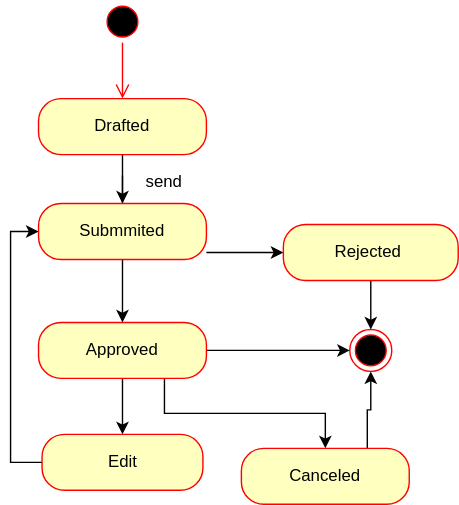
The draw.io diagram VTS State machine.drawio.svg in Zahraa-Abdalnasser/Vacation-Tracking-System-, before a commit. Source tidied: cells renumbered, new cells last; positions are measured from the earlier drawing's top-left corner, leaving out a move shared by most shapes. Source of this version:
```xml
<mxGraphModel>
  <root>
    <mxCell id="0" />
    <mxCell id="1" parent="0" />
    <mxCell id="2" style="ellipse;html=1;shape=endState;fillColor=#000000;strokeColor=#ff0000;" parent="1" vertex="1">
      <mxGeometry x="222.5" y="235" width="30" height="30" as="geometry" />
    </mxCell>
    <mxCell id="3" style="ellipse;html=1;shape=startState;fillColor=#000000;strokeColor=#ff0000;" parent="1" vertex="1">
      <mxGeometry x="45" width="30" height="30" as="geometry" />
    </mxCell>
    <mxCell id="4" style="edgeStyle=orthogonalEdgeStyle;html=1;verticalAlign=bottom;endArrow=open;endSize=8;strokeColor=#ff0000;rounded=0;" parent="1" edge="1" source="3">
      <mxGeometry relative="1" as="geometry">
        <mxPoint x="60" y="70" as="targetPoint" />
        <Array as="points">
          <mxPoint x="60" y="30" />
          <mxPoint x="60" y="30" />
        </Array>
      </mxGeometry>
    </mxCell>
    <mxCell id="5" style="edgeStyle=orthogonalEdgeStyle;rounded=0;jettySize=auto;html=1;" parent="1" edge="1" source="6" target="9">
      <mxGeometry relative="1" as="geometry" />
    </mxCell>
    <mxCell id="6" value="Drafted" style="rounded=1;whiteSpace=wrap;html=1;arcSize=40;fontColor=#000000;fillColor=#ffffc0;strokeColor=#ff0000;" parent="1" vertex="1">
      <mxGeometry y="70" width="120" height="40" as="geometry" />
    </mxCell>
    <mxCell id="7" style="edgeStyle=orthogonalEdgeStyle;rounded=0;jettySize=auto;html=1;" parent="1" edge="1" source="9">
      <mxGeometry relative="1" as="geometry">
        <mxPoint x="60" y="160" as="targetPoint" />
      </mxGeometry>
    </mxCell>
    <mxCell id="8" style="edgeStyle=orthogonalEdgeStyle;rounded=0;jettySize=auto;html=1;exitX=0.5;exitY=1;exitDx=0;exitDy=0;entryX=0.5;entryY=0;entryDx=0;entryDy=0;" parent="1" edge="1" source="9" target="14">
      <mxGeometry relative="1" as="geometry" />
    </mxCell>
    <mxCell id="9" value="Submmited" style="rounded=1;whiteSpace=wrap;html=1;arcSize=40;fontColor=#000000;fillColor=#ffffc0;strokeColor=#ff0000;" parent="1" vertex="1">
      <mxGeometry y="145" width="120" height="40" as="geometry" />
    </mxCell>
    <mxCell id="10" style="edgeStyle=orthogonalEdgeStyle;rounded=0;jettySize=auto;html=1;" parent="1" edge="1" target="16">
      <mxGeometry relative="1" as="geometry">
        <mxPoint x="120" y="180" as="sourcePoint" />
      </mxGeometry>
    </mxCell>
    <mxCell id="11" style="edgeStyle=orthogonalEdgeStyle;rounded=0;jettySize=auto;html=1;exitX=1;exitY=0.5;exitDx=0;exitDy=0;" parent="1" edge="1" source="14" target="2">
      <mxGeometry relative="1" as="geometry" />
    </mxCell>
    <mxCell id="12" style="edgeStyle=orthogonalEdgeStyle;rounded=0;jettySize=auto;html=1;exitX=0.5;exitY=1;exitDx=0;exitDy=0;entryX=0.5;entryY=0;entryDx=0;entryDy=0;" parent="1" edge="1" source="14" target="18">
      <mxGeometry relative="1" as="geometry" />
    </mxCell>
    <mxCell id="13" style="edgeStyle=orthogonalEdgeStyle;rounded=0;jettySize=auto;html=1;exitX=0.75;exitY=1;exitDx=0;exitDy=0;" parent="1" edge="1" source="14" target="20">
      <mxGeometry relative="1" as="geometry" />
    </mxCell>
    <mxCell id="14" value="Approved" style="rounded=1;whiteSpace=wrap;html=1;arcSize=40;fontColor=#000000;fillColor=#ffffc0;strokeColor=#ff0000;" parent="1" vertex="1">
      <mxGeometry y="230" width="120" height="40" as="geometry" />
    </mxCell>
    <mxCell id="15" style="edgeStyle=orthogonalEdgeStyle;rounded=0;jettySize=auto;html=1;exitX=0.5;exitY=1;exitDx=0;exitDy=0;entryX=0.5;entryY=0;entryDx=0;entryDy=0;" parent="1" edge="1" source="16" target="2">
      <mxGeometry relative="1" as="geometry" />
    </mxCell>
    <mxCell id="16" value="Rejected&amp;nbsp;" style="rounded=1;whiteSpace=wrap;html=1;arcSize=40;fontColor=#000000;fillColor=#ffffc0;strokeColor=#ff0000;" parent="1" vertex="1">
      <mxGeometry x="175" y="160" width="125" height="40" as="geometry" />
    </mxCell>
    <mxCell id="17" style="edgeStyle=orthogonalEdgeStyle;rounded=0;jettySize=auto;html=1;exitX=0;exitY=0.5;exitDx=0;exitDy=0;entryX=0;entryY=0.5;entryDx=0;entryDy=0;" parent="1" edge="1" source="18" target="9">
      <mxGeometry relative="1" as="geometry" />
    </mxCell>
    <mxCell id="18" value="Edit" style="rounded=1;whiteSpace=wrap;html=1;arcSize=40;fontColor=#000000;fillColor=#ffffc0;strokeColor=#ff0000;" parent="1" vertex="1">
      <mxGeometry x="2.5" y="310" width="115" height="40" as="geometry" />
    </mxCell>
    <mxCell id="19" style="edgeStyle=orthogonalEdgeStyle;rounded=0;jettySize=auto;html=1;exitX=0.75;exitY=0;exitDx=0;exitDy=0;entryX=0.5;entryY=1;entryDx=0;entryDy=0;" parent="1" edge="1" source="20" target="2">
      <mxGeometry relative="1" as="geometry" />
    </mxCell>
    <mxCell id="20" value="Canceled" style="rounded=1;whiteSpace=wrap;html=1;arcSize=40;fontColor=#000000;fillColor=#ffffc0;strokeColor=#ff0000;" parent="1" vertex="1">
      <mxGeometry x="145" y="320" width="120" height="40" as="geometry" />
    </mxCell>
    <mxCell id="21" value="send" style="text;html=1;whiteSpace=wrap;strokeColor=none;fillColor=none;align=center;verticalAlign=middle;rounded=0;" parent="1" vertex="1">
      <mxGeometry x="60" y="115" width="60" height="30" as="geometry" />
    </mxCell>
  </root>
</mxGraphModel>
```
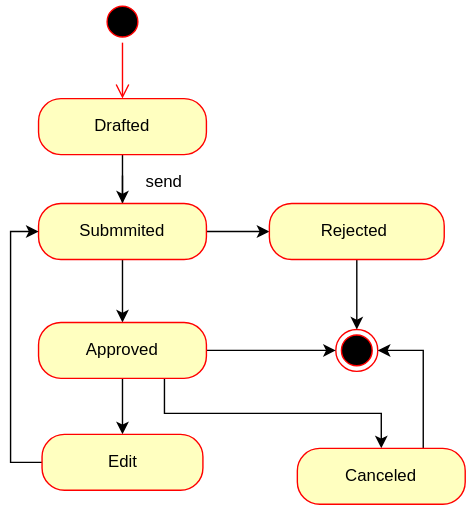
The same file after the commit.

Diff of the diagram source:
```diff
@@ -3,7 +3,7 @@
     <mxCell id="0" />
     <mxCell id="1" parent="0" />
     <mxCell id="2" style="ellipse;html=1;shape=endState;fillColor=#000000;strokeColor=#ff0000;" parent="1" vertex="1">
-      <mxGeometry x="222.5" y="235" width="30" height="30" as="geometry" />
+      <mxGeometry x="212.5" y="235" width="30" height="30" as="geometry" />
     </mxCell>
     <mxCell id="3" style="ellipse;html=1;shape=startState;fillColor=#000000;strokeColor=#ff0000;" parent="1" vertex="1">
       <mxGeometry x="45" width="30" height="30" as="geometry" />
@@ -31,14 +31,12 @@
     <mxCell id="8" style="edgeStyle=orthogonalEdgeStyle;rounded=0;jettySize=auto;html=1;exitX=0.5;exitY=1;exitDx=0;exitDy=0;entryX=0.5;entryY=0;entryDx=0;entryDy=0;" parent="1" edge="1" source="9" target="14">
       <mxGeometry relative="1" as="geometry" />
     </mxCell>
+    <mxCell id="22" style="edgeStyle=orthogonalEdgeStyle;rounded=0;jettySize=auto;html=1;exitX=1;exitY=0.5;exitDx=0;exitDy=0;entryX=0;entryY=0.5;entryDx=0;entryDy=0;" parent="1" edge="1" source="9" target="16">
+      <mxGeometry relative="1" as="geometry" />
+    </mxCell>
     <mxCell id="9" value="Submmited" style="rounded=1;whiteSpace=wrap;html=1;arcSize=40;fontColor=#000000;fillColor=#ffffc0;strokeColor=#ff0000;" parent="1" vertex="1">
       <mxGeometry y="145" width="120" height="40" as="geometry" />
     </mxCell>
-    <mxCell id="10" style="edgeStyle=orthogonalEdgeStyle;rounded=0;jettySize=auto;html=1;" parent="1" edge="1" target="16">
-      <mxGeometry relative="1" as="geometry">
-        <mxPoint x="120" y="180" as="sourcePoint" />
-      </mxGeometry>
-    </mxCell>
     <mxCell id="11" style="edgeStyle=orthogonalEdgeStyle;rounded=0;jettySize=auto;html=1;exitX=1;exitY=0.5;exitDx=0;exitDy=0;" parent="1" edge="1" source="14" target="2">
       <mxGeometry relative="1" as="geometry" />
     </mxCell>
@@ -55,7 +53,7 @@
       <mxGeometry relative="1" as="geometry" />
     </mxCell>
     <mxCell id="16" value="Rejected&amp;nbsp;" style="rounded=1;whiteSpace=wrap;html=1;arcSize=40;fontColor=#000000;fillColor=#ffffc0;strokeColor=#ff0000;" parent="1" vertex="1">
-      <mxGeometry x="175" y="160" width="125" height="40" as="geometry" />
+      <mxGeometry x="165" y="145" width="125" height="40" as="geometry" />
     </mxCell>
     <mxCell id="17" style="edgeStyle=orthogonalEdgeStyle;rounded=0;jettySize=auto;html=1;exitX=0;exitY=0.5;exitDx=0;exitDy=0;entryX=0;entryY=0.5;entryDx=0;entryDy=0;" parent="1" edge="1" source="18" target="9">
       <mxGeometry relative="1" as="geometry" />
@@ -63,11 +61,11 @@
     <mxCell id="18" value="Edit" style="rounded=1;whiteSpace=wrap;html=1;arcSize=40;fontColor=#000000;fillColor=#ffffc0;strokeColor=#ff0000;" parent="1" vertex="1">
       <mxGeometry x="2.5" y="310" width="115" height="40" as="geometry" />
     </mxCell>
-    <mxCell id="19" style="edgeStyle=orthogonalEdgeStyle;rounded=0;jettySize=auto;html=1;exitX=0.75;exitY=0;exitDx=0;exitDy=0;entryX=0.5;entryY=1;entryDx=0;entryDy=0;" parent="1" edge="1" source="20" target="2">
+    <mxCell id="19" style="edgeStyle=orthogonalEdgeStyle;rounded=0;jettySize=auto;html=1;exitX=0.75;exitY=0;exitDx=0;exitDy=0;entryX=1;entryY=0.5;entryDx=0;entryDy=0;" parent="1" edge="1" source="20" target="2">
       <mxGeometry relative="1" as="geometry" />
     </mxCell>
     <mxCell id="20" value="Canceled" style="rounded=1;whiteSpace=wrap;html=1;arcSize=40;fontColor=#000000;fillColor=#ffffc0;strokeColor=#ff0000;" parent="1" vertex="1">
-      <mxGeometry x="145" y="320" width="120" height="40" as="geometry" />
+      <mxGeometry x="185" y="320" width="120" height="40" as="geometry" />
     </mxCell>
     <mxCell id="21" value="send" style="text;html=1;whiteSpace=wrap;strokeColor=none;fillColor=none;align=center;verticalAlign=middle;rounded=0;" parent="1" vertex="1">
       <mxGeometry x="60" y="115" width="60" height="30" as="geometry" />
```
